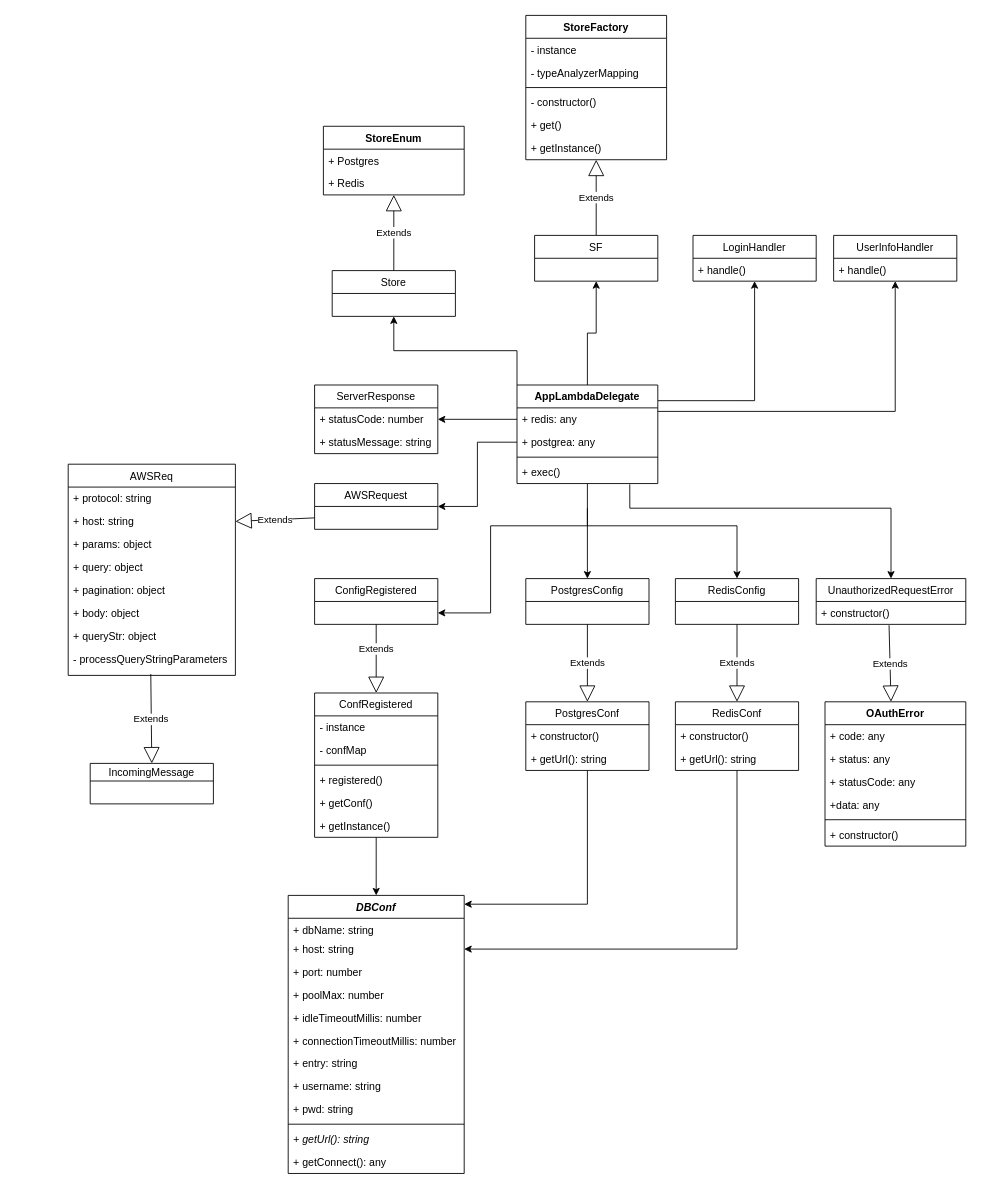
Before: phoauth.drawio in wordlu/note-update, a draw.io diagram. Source tidied: cells renumbered, new cells numbered last; positions are measured from the earlier drawing's top-left corner, leaving out a move shared by most shapes. Both pictures are drawn from the tidied source at 88%, with x=0, y=0 at pixel (68, 15).
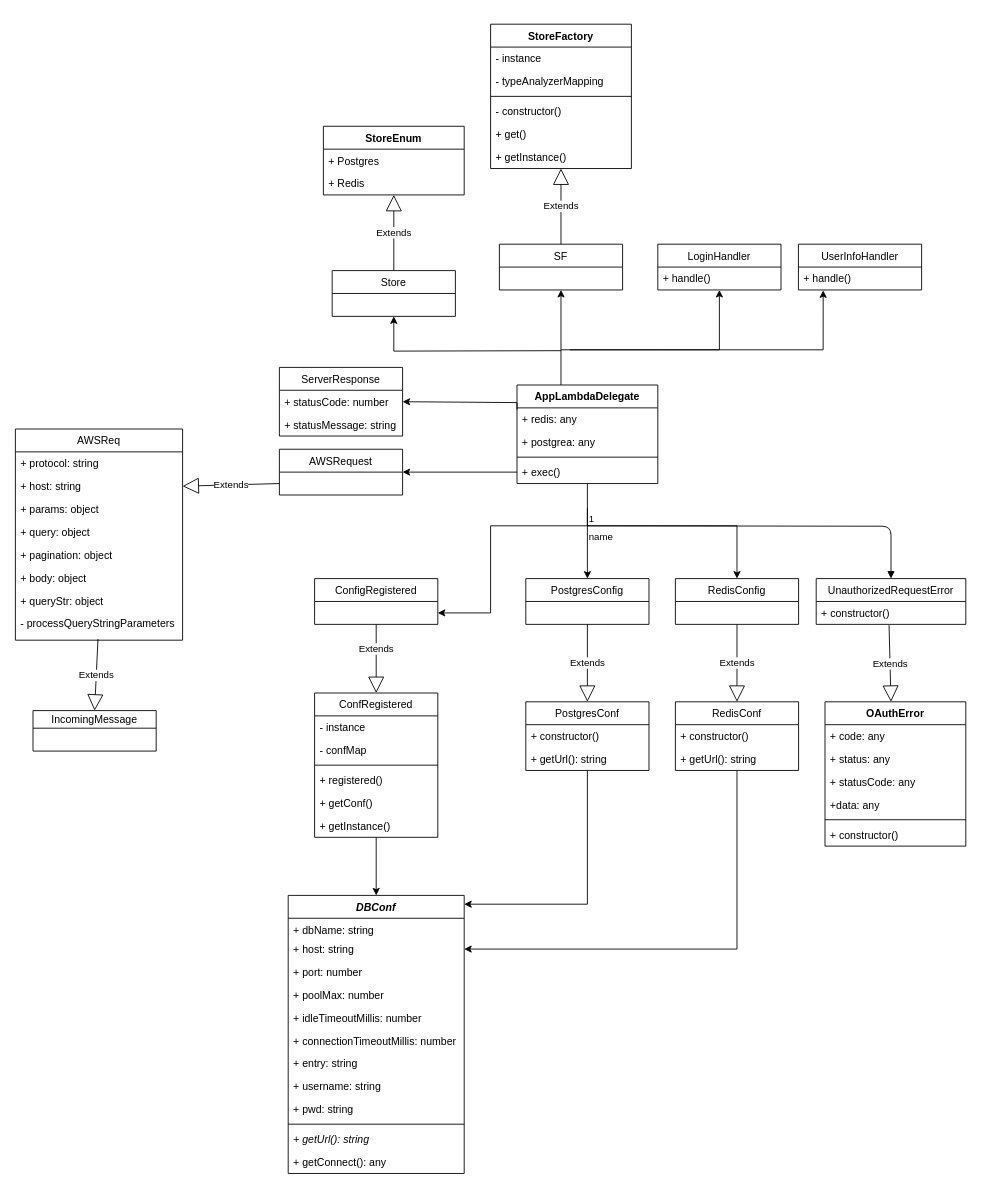
Above is the later version.

The change refers to these unchanged cells:
```xml
<mxCell id="8" value="AppLambdaDelegate" style="swimlane;fontStyle=1;align=center;verticalAlign=top;horizontal=1;startSize=26;" parent="1" vertex="1">
  <mxGeometry x="510" y="420" width="160" height="112" as="geometry" />
</mxCell>
<mxCell id="9" value="+ redis: any&#10;" style="text;strokeColor=none;fillColor=none;align=left;verticalAlign=top;spacingLeft=4;spacingRight=4;overflow=hidden;points=[[0,0.5],[1,0.5]];portConstraint=eastwest;" parent="8" vertex="1">
  <mxGeometry y="26" width="160" height="26" as="geometry" />
</mxCell>
<mxCell id="10" value="+ postgrea: any" style="text;strokeColor=none;fillColor=none;align=left;verticalAlign=top;spacingLeft=4;spacingRight=4;overflow=hidden;points=[[0,0.5],[1,0.5]];portConstraint=eastwest;" parent="8" vertex="1">
  <mxGeometry y="52" width="160" height="26" as="geometry" />
</mxCell>
<mxCell id="12" value="+ exec()" style="text;strokeColor=none;fillColor=none;align=left;verticalAlign=top;spacingLeft=4;spacingRight=4;overflow=hidden;points=[[0,0.5],[1,0.5]];portConstraint=eastwest;" parent="8" vertex="1">
  <mxGeometry y="86" width="160" height="26" as="geometry" />
</mxCell>
<mxCell id="15" value="+ statusCode: number" style="text;strokeColor=none;fillColor=none;align=left;verticalAlign=top;spacingLeft=4;spacingRight=4;overflow=hidden;points=[[0,0.5],[1,0.5]];portConstraint=eastwest;" parent="14" vertex="1">
  <mxGeometry y="26" width="140" height="26" as="geometry" />
</mxCell>
<mxCell id="76" value="Store" style="swimlane;fontStyle=0;horizontal=1;startSize=26;fillColor=none;" parent="1" vertex="1">
  <mxGeometry x="300" y="290" width="140" height="52" as="geometry" />
</mxCell>
<mxCell id="81" value="UnauthorizedRequestError" style="swimlane;fontStyle=0;horizontal=1;startSize=26;fillColor=none;shadow=0;" parent="1" vertex="1">
  <mxGeometry x="850" y="640" width="170" height="52" as="geometry" />
</mxCell>
<mxCell id="95" value="+ handle()" style="text;strokeColor=none;fillColor=none;align=left;verticalAlign=top;spacingLeft=4;spacingRight=4;overflow=hidden;points=[[0,0.5],[1,0.5]];portConstraint=eastwest;shadow=0;" parent="94" vertex="1">
  <mxGeometry y="26" width="140" height="26" as="geometry" />
</mxCell>
```

What changed in the source:
```diff
@@
-    <mxCell id="5" style="edgeStyle=orthogonalEdgeStyle;rounded=0;jettySize=auto;html=1;entryX=0.5;entryY=1;entryDx=0;entryDy=0;" parent="1" edge="1" source="8" target="66">
-      <mxGeometry relative="1" as="geometry" />
+    <mxCell id="5" style="edgeStyle=orthogonalEdgeStyle;rounded=0;jettySize=auto;html=1;entryX=0.5;entryY=1;entryDx=0;entryDy=0;" parent="1" edge="1" target="66">
+      <mxGeometry relative="1" as="geometry">
+        <mxPoint x="550" y="430" as="sourcePoint" />
+        <Array as="points">
+          <mxPoint x="560" y="430" />
+        </Array>
+      </mxGeometry>
     </mxCell>
-    <mxCell id="6" style="edgeStyle=orthogonalEdgeStyle;rounded=0;jettySize=auto;html=1;exitX=0.801;exitY=1.033;exitDx=0;exitDy=0;exitPerimeter=0;" parent="1" edge="1" source="12" target="81">
-      <mxGeometry relative="1" as="geometry">
-        <Array as="points">
-          <mxPoint x="638" y="560" />
-          <mxPoint x="935" y="560" />
-        </Array>
-      </mxGeometry>
-    </mxCell>
-    <mxCell id="7" style="edgeStyle=orthogonalEdgeStyle;rounded=0;jettySize=auto;html=1;entryX=0.5;entryY=1;entryDx=0;entryDy=0;exitX=1.001;exitY=-0.315;exitDx=0;exitDy=0;exitPerimeter=0;" parent="1" edge="1" source="9" target="91">
+    <mxCell id="7" style="edgeStyle=orthogonalEdgeStyle;rounded=0;jettySize=auto;html=1;entryX=0.5;entryY=1;entryDx=0;entryDy=0;" parent="1" edge="1" target="91">
       <mxGeometry relative="1" as="geometry">
+        <mxPoint x="560" y="380" as="sourcePoint" />
         <Array as="points">
-          <mxPoint x="780" y="438" />
+          <mxPoint x="740" y="380" />
         </Array>
       </mxGeometry>
     </mxCell>
@@
-    <mxCell id="13" style="edgeStyle=orthogonalEdgeStyle;rounded=0;jettySize=auto;html=1;entryX=1;entryY=0.5;entryDx=0;entryDy=0;" parent="1" edge="1" source="9" target="15">
-      <mxGeometry relative="1" as="geometry" />
+    <mxCell id="13" style="edgeStyle=orthogonalEdgeStyle;rounded=0;jettySize=auto;html=1;entryX=1;entryY=0.5;entryDx=0;entryDy=0;exitX=0;exitY=0.25;exitDx=0;exitDy=0;" parent="1" edge="1" source="8" target="15">
+      <mxGeometry relative="1" as="geometry">
+        <Array as="points">
+          <mxPoint x="510" y="440" />
+        </Array>
+      </mxGeometry>
     </mxCell>
     <mxCell id="14" value="ServerResponse" style="swimlane;fontStyle=0;horizontal=1;startSize=26;fillColor=none;" parent="1" vertex="1">
-      <mxGeometry x="280" y="420" width="140" height="78" as="geometry" />
+      <mxGeometry x="240" y="400" width="140" height="78" as="geometry" />
     </mxCell>
@@
     <mxCell id="17" value="AWSRequest" style="swimlane;fontStyle=0;horizontal=1;startSize=26;fillColor=none;" parent="1" vertex="1">
-      <mxGeometry x="280" y="532" width="140" height="52" as="geometry" />
+      <mxGeometry x="240" y="493" width="140" height="52" as="geometry" />
     </mxCell>
-    <mxCell id="18" style="edgeStyle=orthogonalEdgeStyle;rounded=0;jettySize=auto;html=1;entryX=1;entryY=0.5;entryDx=0;entryDy=0;" parent="1" edge="1" source="10" target="17">
+    <mxCell id="18" style="edgeStyle=orthogonalEdgeStyle;rounded=0;jettySize=auto;html=1;entryX=1;entryY=0.5;entryDx=0;entryDy=0;exitX=0;exitY=0.5;exitDx=0;exitDy=0;" parent="1" edge="1" source="12" target="17">
       <mxGeometry relative="1" as="geometry" />
     </mxCell>
     <mxCell id="19" value="AWSReq" style="swimlane;fontStyle=0;horizontal=1;startSize=26;fillColor=none;" parent="1" vertex="1">
-      <mxGeometry y="510" width="190" height="240" as="geometry" />
+      <mxGeometry x="-60" y="470" width="190" height="240" as="geometry" />
     </mxCell>
@@
     <mxCell id="29" value="IncomingMessage" style="swimlane;fontStyle=0;horizontal=1;startSize=20;fillColor=none;" parent="1" vertex="1">
-      <mxGeometry x="25" y="850" width="140" height="46" as="geometry" />
+      <mxGeometry x="-40" y="790" width="140" height="46" as="geometry" />
     </mxCell>
@@
     <mxCell id="66" value="SF" style="swimlane;fontStyle=0;horizontal=1;startSize=26;fillColor=none;" parent="1" vertex="1">
-      <mxGeometry x="530" y="250" width="140" height="52" as="geometry" />
+      <mxGeometry x="490" y="260" width="140" height="52" as="geometry" />
     </mxCell>
@@
     <mxCell id="68" value="StoreFactory" style="swimlane;fontStyle=1;align=center;verticalAlign=top;horizontal=1;startSize=26;shadow=0;" parent="1" vertex="1">
-      <mxGeometry x="520" width="160" height="164" as="geometry" />
+      <mxGeometry x="480" y="10" width="160" height="164" as="geometry" />
     </mxCell>
@@
-    <mxCell id="75" style="edgeStyle=orthogonalEdgeStyle;rounded=0;jettySize=auto;html=1;entryX=0.5;entryY=1;entryDx=0;entryDy=0;exitX=0;exitY=0;exitDx=0;exitDy=0;" parent="1" edge="1" source="8" target="76">
-      <mxGeometry relative="1" as="geometry" />
+    <mxCell id="75" style="edgeStyle=orthogonalEdgeStyle;rounded=0;jettySize=auto;html=1;entryX=0.5;entryY=1;entryDx=0;entryDy=0;" parent="1" edge="1" target="76">
+      <mxGeometry relative="1" as="geometry">
+        <mxPoint x="560" y="381" as="sourcePoint" />
+      </mxGeometry>
     </mxCell>
@@
     <mxCell id="91" value="LoginHandler" style="swimlane;fontStyle=0;horizontal=1;startSize=26;fillColor=none;shadow=0;" parent="1" vertex="1">
-      <mxGeometry x="710" y="250" width="140" height="52" as="geometry" />
+      <mxGeometry x="670" y="260" width="140" height="52" as="geometry" />
     </mxCell>
@@
-    <mxCell id="93" style="edgeStyle=orthogonalEdgeStyle;rounded=0;jettySize=auto;html=1;entryX=0.5;entryY=1;entryDx=0;entryDy=0;" parent="1" edge="1" target="94">
+    <mxCell id="93" style="edgeStyle=orthogonalEdgeStyle;rounded=0;jettySize=auto;html=1;entryX=0.201;entryY=1.019;entryDx=0;entryDy=0;entryPerimeter=0;" parent="1" edge="1" target="95">
       <mxGeometry relative="1" as="geometry">
-        <mxPoint x="670" y="450" as="sourcePoint" />
+        <mxPoint x="570" y="380" as="sourcePoint" />
         <Array as="points">
-          <mxPoint x="670" y="450" />
-          <mxPoint x="940" y="450" />
+          <mxPoint x="670" y="380" />
+          <mxPoint x="858" y="380" />
         </Array>
       </mxGeometry>
     </mxCell>
     <mxCell id="94" value="UserInfoHandler" style="swimlane;fontStyle=0;horizontal=1;startSize=26;fillColor=none;shadow=0;" parent="1" vertex="1">
-      <mxGeometry x="869.8" y="250" width="140" height="52" as="geometry" />
+      <mxGeometry x="829.8" y="260" width="140" height="52" as="geometry" />
     </mxCell>
@@
+    <mxCell id="96" value="name" style="endArrow=block;endFill=1;html=1;edgeStyle=orthogonalEdgeStyle;align=left;verticalAlign=top;entryX=0.5;entryY=0;entryDx=0;entryDy=0;" parent="1" edge="1" target="81">
+      <mxGeometry x="-1" relative="1" as="geometry">
+        <mxPoint x="590" y="580" as="sourcePoint" />
+      </mxGeometry>
+    </mxCell>
+    <mxCell id="97" value="1" style="edgeLabel;html=1;align=left;verticalAlign=bottom;" parent="96" vertex="1">
+      <mxGeometry x="-1" relative="1" as="geometry" />
+    </mxCell>
```
